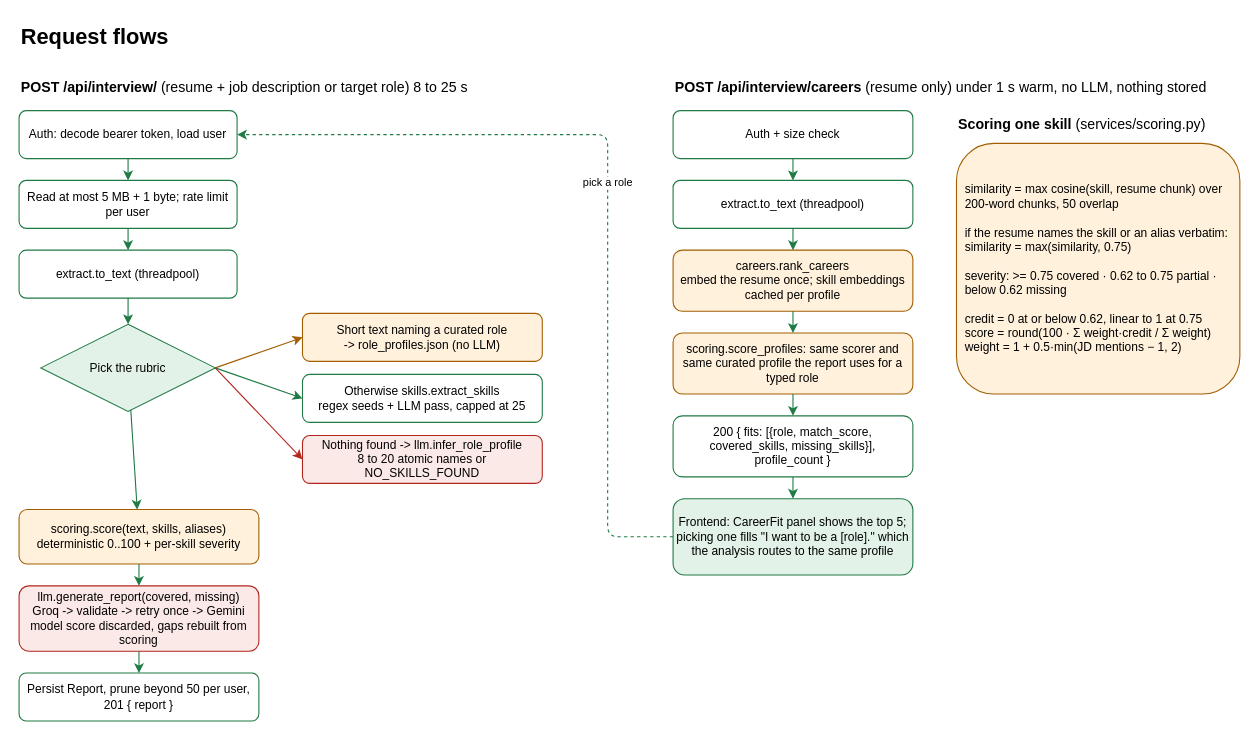
Above: page "Request flows" (2 of 2) of docs/architecture.drawio in ahmadkhanraj01/resume-analyzer (draw.io), before the change. Source tidied: cells renumbered, new cells numbered last; positions are measured from the earlier drawing's top-left corner, leaving out a move shared by most shapes. Both pictures are drawn from the tidied source at 109%, with x=0, y=0 at pixel (19, 19).
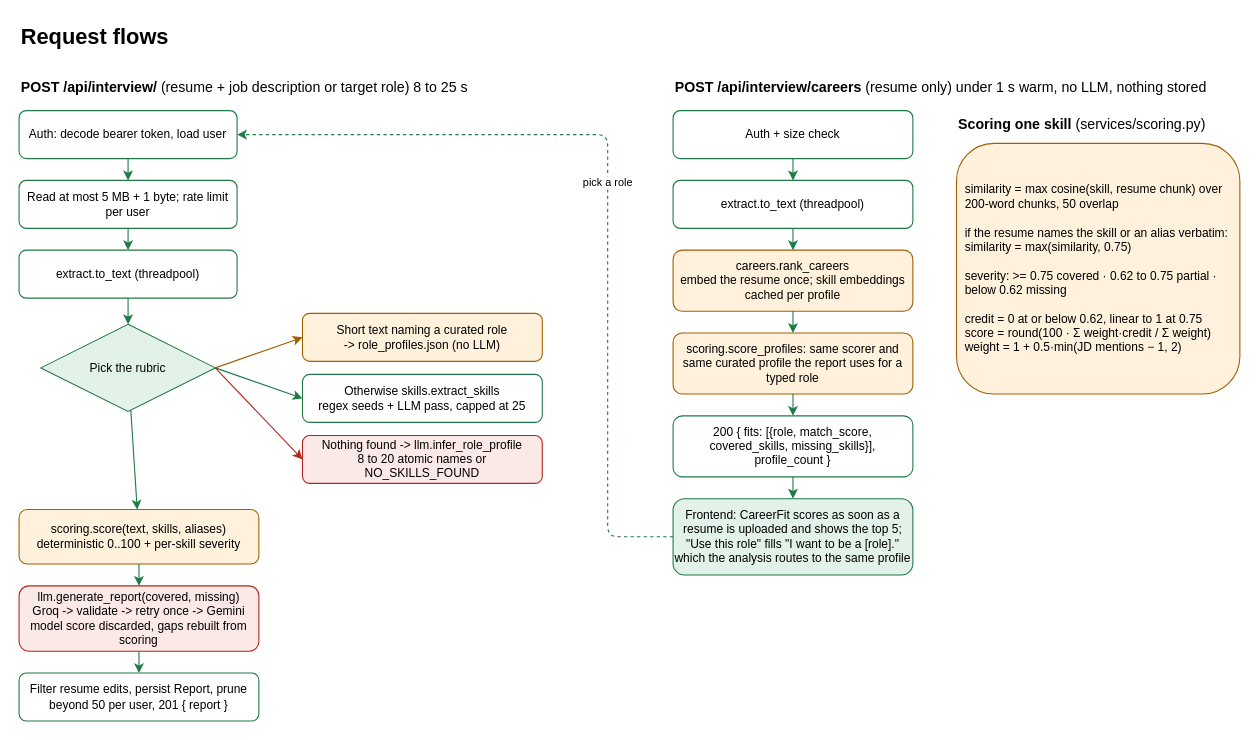
The same diagram, later.

Diff of the diagram source:
```diff
@@
-    <mxCell id="13" value="Persist Report, prune beyond 50 per user, 201 { report }" style="rounded=1;whiteSpace=wrap;html=1;fillColor=#FFFFFF;strokeColor=#1F7A45;fontSize=11;" parent="1" vertex="1">
+    <mxCell id="13" value="Filter resume edits, persist Report, prune beyond 50 per user, 201 { report }" style="rounded=1;whiteSpace=wrap;html=1;fillColor=#FFFFFF;strokeColor=#1F7A45;fontSize=11;" parent="1" vertex="1">
       <mxGeometry y="600" width="220" height="44" as="geometry" />
     </mxCell>
@@
-    <mxCell id="29" value="Frontend: CareerFit panel shows the top 5; picking one fills &quot;I want to be a [role].&quot; which the analysis routes to the same profile" style="rounded=1;whiteSpace=wrap;html=1;fillColor=#E3F2E8;strokeColor=#1F7A45;fontSize=11;" parent="1" vertex="1">
+    <mxCell id="29" value="Frontend: CareerFit scores as soon as a resume is uploaded and shows the top 5; &quot;Use this role&quot; fills &quot;I want to be a [role].&quot; which the analysis routes to the same profile" style="rounded=1;whiteSpace=wrap;html=1;fillColor=#E3F2E8;strokeColor=#1F7A45;fontSize=11;" parent="1" vertex="1">
       <mxGeometry x="600" y="440" width="220" height="70" as="geometry" />
     </mxCell>
```
